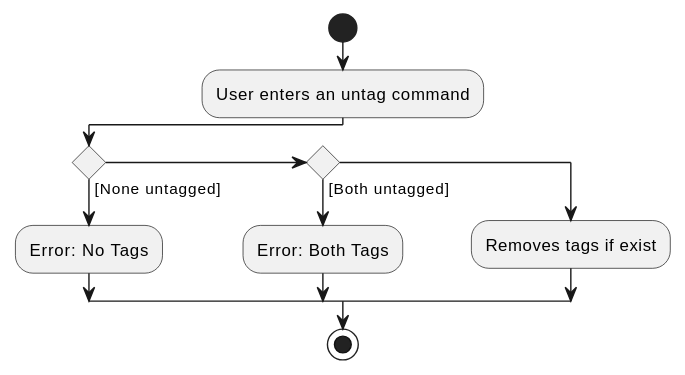
Above: docs/images/UntagActivityDiagram.svg in nus-cs2103-AY2223S2/tp (PlantUML), before the change.
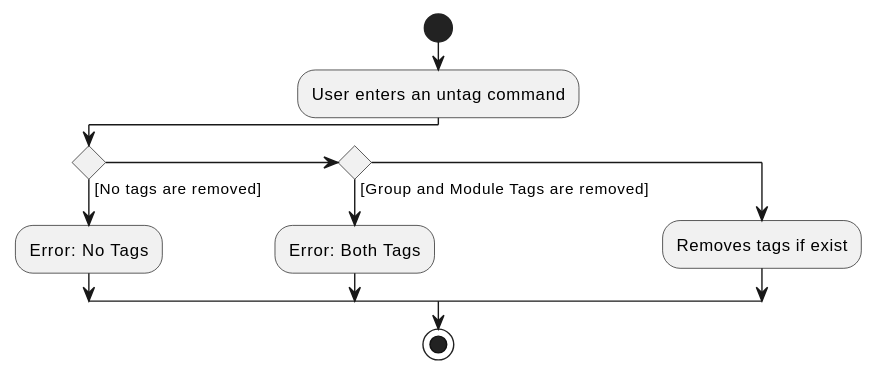
Later version of the same file.

Commit message:
Update Untag Activity Diagram

Diff of the diagram source:
```diff
@@ -3,10 +3,10 @@
 start
 :User enters an untag command;
 
-if () then ([None untagged])
+if () then ([No tags are removed])
     :Error: No Tags;
 
-elseif () then ([Both untagged])
+elseif () then ([Group and Module Tags are removed])
     :Error: Both Tags;
 
 else ()
```
